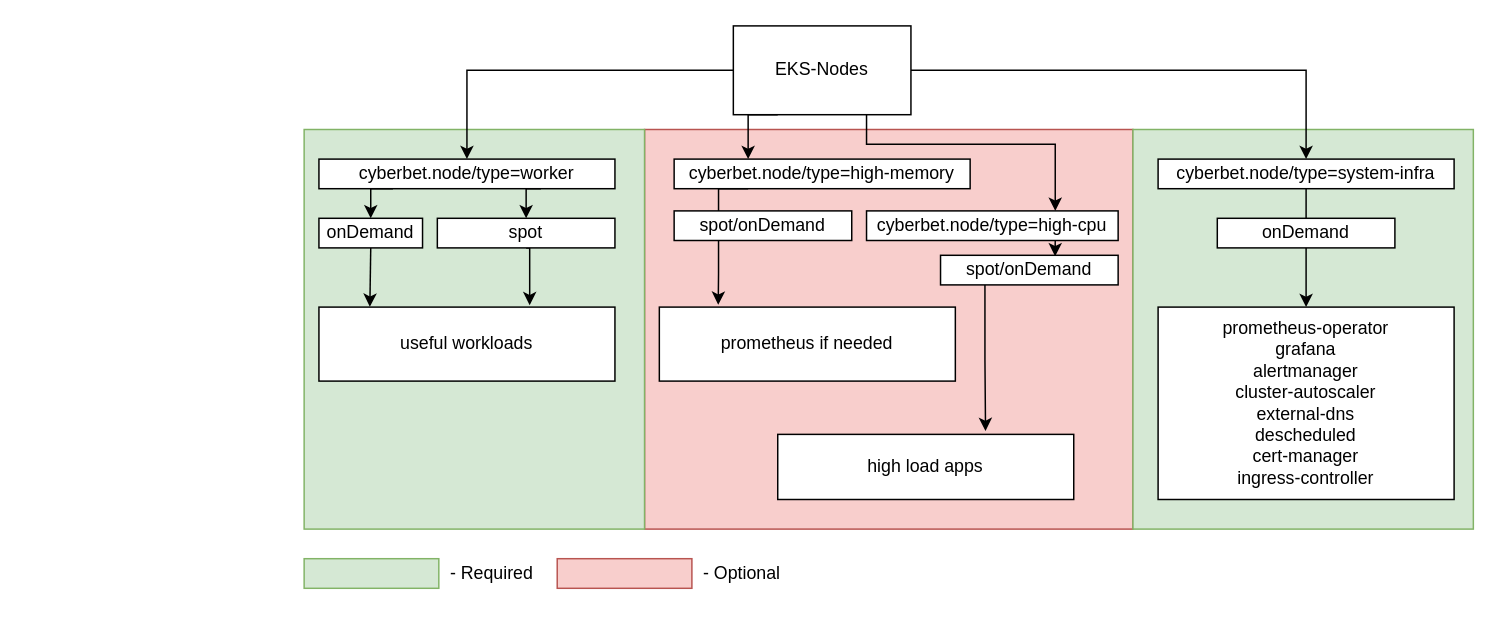
This is EKS-node-labels.drawio from kpbll/draw.io, a draw.io file, before an edit. Source tidied: cells renumbered, new cells numbered last; positions are measured from the earlier drawing's top-left corner, leaving out a move shared by most shapes. Both pictures are drawn from the tidied source at 148%, with x=0, y=0 at pixel (303, 25).
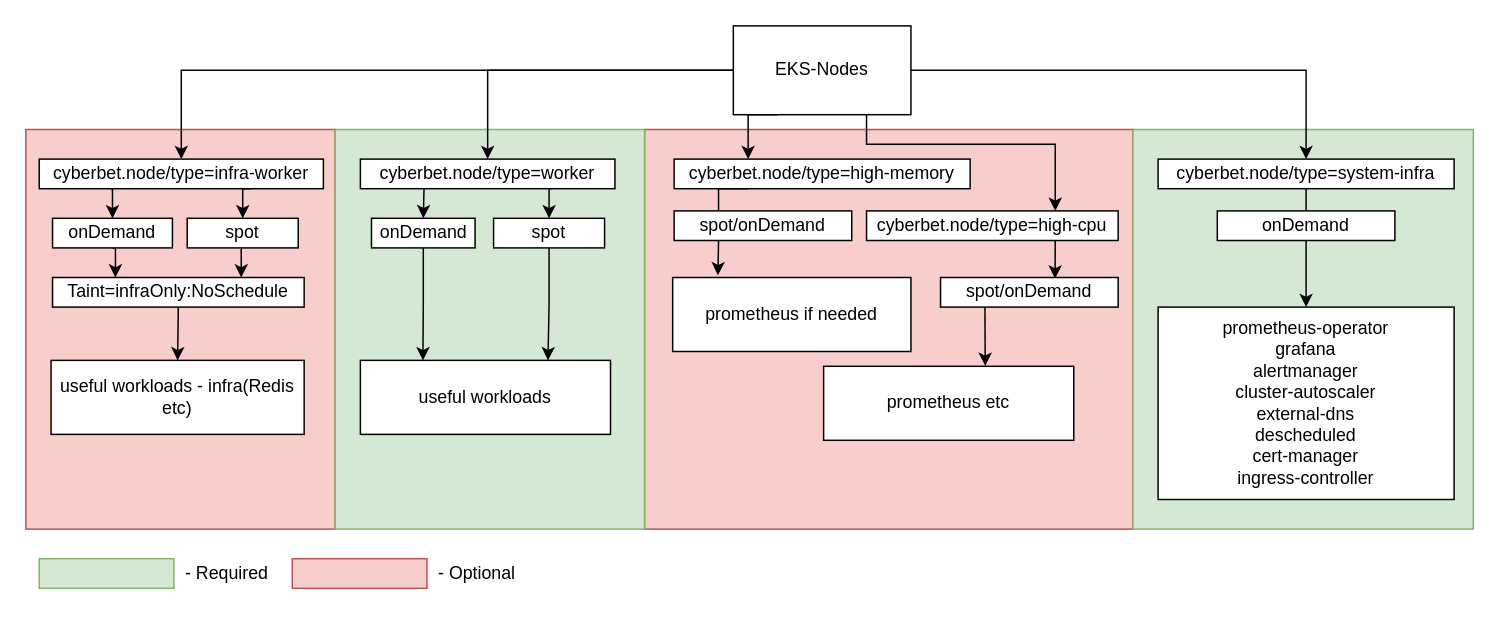
The same page after the edit.

Unchanged cells that the change refers to:
```xml
<mxCell id="9" value="EKS-Nodes" style="rounded=0;whiteSpace=wrap;html=1;" parent="1" vertex="1">
  <mxGeometry x="290" width="120" height="60" as="geometry" />
</mxCell>
<mxCell id="15" value="cyberbet.node/type=system-infra" style="rounded=0;whiteSpace=wrap;html=1;" parent="1" vertex="1">
  <mxGeometry x="577" y="90" width="200" height="20" as="geometry" />
</mxCell>
<mxCell id="16" value="prometheus-operator&lt;br&gt;grafana&lt;br&gt;alertmanager&lt;br&gt;cluster-autoscaler&lt;br&gt;external-dns&lt;br&gt;descheduled&lt;br&gt;cert-manager&lt;br&gt;ingress-controller" style="rounded=0;whiteSpace=wrap;html=1;" parent="1" vertex="1">
  <mxGeometry x="577" y="190" width="200" height="130" as="geometry" />
</mxCell>
<mxCell id="27" value="spot/onDemand" style="rounded=0;whiteSpace=wrap;html=1;" parent="1" vertex="1">
  <mxGeometry x="250" y="125" width="120" height="20" as="geometry" />
</mxCell>
```

The edit, as a diff of the source:
```diff
@@
+    <mxCell id="38" style="rounded=0;whiteSpace=wrap;html=1;fillColor=#f8cecc;strokeColor=#b85450;" parent="1" vertex="1">
+      <mxGeometry x="-188" y="70" width="209" height="270" as="geometry" />
+    </mxCell>
@@
     <mxCell id="3" style="rounded=0;whiteSpace=wrap;html=1;fillColor=#d5e8d4;strokeColor=#82b366;" parent="1" vertex="1">
-      <mxGeometry y="70" width="230" height="270" as="geometry" />
+      <mxGeometry x="21" y="70" width="209" height="270" as="geometry" />
     </mxCell>
@@
-    <mxCell id="8" style="edgeStyle=orthogonalEdgeStyle;rounded=0;jettySize=auto;html=1;exitX=0;exitY=0.5;exitDx=0;exitDy=0;entryX=0.5;entryY=0;entryDx=0;entryDy=0;" parent="1" edge="1" source="9" target="12">
+    <mxCell id="8" style="edgeStyle=orthogonalEdgeStyle;rounded=0;jettySize=auto;html=1;exitX=0;exitY=0.5;exitDx=0;exitDy=0;" parent="1" edge="1" source="9" target="12">
       <mxGeometry relative="1" as="geometry" />
     </mxCell>
+    <mxCell id="39" style="edgeStyle=orthogonalEdgeStyle;rounded=0;jettySize=auto;html=1;exitX=0;exitY=0.5;exitDx=0;exitDy=0;entryX=0.5;entryY=0;entryDx=0;entryDy=0;" parent="1" edge="1" source="9" target="47">
+      <mxGeometry relative="1" as="geometry" />
+    </mxCell>
@@
-    <mxCell id="11" style="edgeStyle=orthogonalEdgeStyle;rounded=0;jettySize=auto;html=1;exitX=0.75;exitY=1;exitDx=0;exitDy=0;entryX=0.5;entryY=0;entryDx=0;entryDy=0;" parent="1" edge="1" source="12" target="25">
-      <mxGeometry relative="1" as="geometry" />
-    </mxCell>
+    <mxCell id="40" style="edgeStyle=orthogonalEdgeStyle;rounded=0;jettySize=auto;html=1;exitX=0.75;exitY=1;exitDx=0;exitDy=0;entryX=0.5;entryY=0;entryDx=0;entryDy=0;" parent="1" edge="1" source="12" target="51">
+      <mxGeometry relative="1" as="geometry" />
+    </mxCell>
-    <mxCell id="12" value="cyberbet.node/type=worker" style="rounded=0;whiteSpace=wrap;html=1;" parent="1" vertex="1">
-      <mxGeometry x="10" y="90" width="200" height="20" as="geometry" />
+    <mxCell id="12" value="cyberbet.node/type=infra-worker" style="rounded=0;whiteSpace=wrap;html=1;" parent="1" vertex="1">
+      <mxGeometry x="-179" y="90" width="192" height="20" as="geometry" />
     </mxCell>
@@
-    <mxCell id="14" style="edgeStyle=orthogonalEdgeStyle;rounded=0;jettySize=auto;html=1;exitX=0.5;exitY=1;exitDx=0;exitDy=0;entryX=0.5;entryY=0;entryDx=0;entryDy=0;" parent="1" edge="1" source="15" target="16">
+    <mxCell id="14" style="edgeStyle=orthogonalEdgeStyle;rounded=0;jettySize=auto;html=1;exitX=0.5;exitY=1;exitDx=0;exitDy=0;entryX=0.5;entryY=0;entryDx=0;entryDy=0;startArrow=none;" parent="1" edge="1" source="31" target="16">
       <mxGeometry relative="1" as="geometry" />
     </mxCell>
@@
     <mxCell id="17" value="prometheus if needed&lt;br&gt;" style="rounded=0;whiteSpace=wrap;html=1;" parent="1" vertex="1">
-      <mxGeometry x="240" y="190" width="200" height="50" as="geometry" />
+      <mxGeometry x="249" y="170" width="161" height="50" as="geometry" />
     </mxCell>
     <mxCell id="18" value="useful workloads" style="rounded=0;whiteSpace=wrap;html=1;" parent="1" vertex="1">
-      <mxGeometry x="10" y="190" width="200" height="50" as="geometry" />
+      <mxGeometry x="38" y="226" width="169" height="50" as="geometry" />
     </mxCell>
-    <mxCell id="19" style="edgeStyle=orthogonalEdgeStyle;rounded=0;jettySize=auto;html=1;exitX=0.5;exitY=1;exitDx=0;exitDy=0;entryX=0.172;entryY=-0.003;entryDx=0;entryDy=0;entryPerimeter=0;" parent="1" edge="1" source="20" target="18">
-      <mxGeometry relative="1" as="geometry" />
-    </mxCell>
+    <mxCell id="41" style="edgeStyle=orthogonalEdgeStyle;rounded=0;jettySize=auto;html=1;exitX=0.5;exitY=1;exitDx=0;exitDy=0;entryX=0.25;entryY=0;entryDx=0;entryDy=0;" parent="1" edge="1" source="20" target="44">
+      <mxGeometry relative="1" as="geometry" />
+    </mxCell>
     <mxCell id="20" value="onDemand" style="rounded=0;whiteSpace=wrap;html=1;" parent="1" vertex="1">
-      <mxGeometry x="10" y="130" width="70" height="20" as="geometry" />
+      <mxGeometry x="-170" y="130" width="81" height="20" as="geometry" />
     </mxCell>
@@
-    <mxCell id="23" value="high load apps" style="rounded=0;whiteSpace=wrap;html=1;" parent="1" vertex="1">
-      <mxGeometry x="320" y="276" width="200" height="44" as="geometry" />
-    </mxCell>
-    <mxCell id="24" style="edgeStyle=orthogonalEdgeStyle;rounded=0;jettySize=auto;html=1;exitX=0.5;exitY=1;exitDx=0;exitDy=0;entryX=0.712;entryY=-0.025;entryDx=0;entryDy=0;entryPerimeter=0;" parent="1" edge="1" source="25" target="18">
+    <mxCell id="24" style="edgeStyle=orthogonalEdgeStyle;rounded=0;jettySize=auto;html=1;exitX=0.5;exitY=1;exitDx=0;exitDy=0;entryX=0.75;entryY=0;entryDx=0;entryDy=0;" parent="1" edge="1" source="25" target="18">
       <mxGeometry relative="1" as="geometry" />
     </mxCell>
     <mxCell id="25" value="spot" style="rounded=0;whiteSpace=wrap;html=1;" parent="1" vertex="1">
-      <mxGeometry x="90" y="130" width="120" height="20" as="geometry" />
+      <mxGeometry x="128" y="130" width="75" height="20" as="geometry" />
     </mxCell>
-    <mxCell id="26" style="edgeStyle=orthogonalEdgeStyle;rounded=0;jettySize=auto;html=1;exitX=0.25;exitY=1;exitDx=0;exitDy=0;entryX=0.199;entryY=-0.031;entryDx=0;entryDy=0;entryPerimeter=0;" parent="1" edge="1" source="27" target="17">
+    <mxCell id="26" style="edgeStyle=orthogonalEdgeStyle;rounded=0;jettySize=auto;html=1;exitX=0.25;exitY=1;exitDx=0;exitDy=0;entryX=0.19;entryY=-0.029;entryDx=0;entryDy=0;entryPerimeter=0;" parent="1" edge="1" source="27" target="17">
       <mxGeometry relative="1" as="geometry" />
     </mxCell>
@@
-    <mxCell id="29" style="edgeStyle=orthogonalEdgeStyle;rounded=0;jettySize=auto;html=1;exitX=0.25;exitY=1;exitDx=0;exitDy=0;entryX=0.702;entryY=-0.052;entryDx=0;entryDy=0;entryPerimeter=0;" parent="1" edge="1" source="30" target="23">
+    <mxCell id="29" style="edgeStyle=orthogonalEdgeStyle;rounded=0;jettySize=auto;html=1;exitX=0.25;exitY=1;exitDx=0;exitDy=0;entryX=0.646;entryY=-0.005;entryDx=0;entryDy=0;entryPerimeter=0;" parent="1" edge="1" source="30" target="52">
       <mxGeometry relative="1" as="geometry" />
     </mxCell>
     <mxCell id="30" value="spot/onDemand" style="rounded=0;whiteSpace=wrap;html=1;" parent="1" vertex="1">
-      <mxGeometry x="430" y="155" width="120" height="20" as="geometry" />
+      <mxGeometry x="430" y="170" width="120" height="20" as="geometry" />
     </mxCell>
-    <mxCell id="31" value="onDemand" style="rounded=0;whiteSpace=wrap;html=1;" parent="1" vertex="1">
-      <mxGeometry x="617" y="130" width="120" height="20" as="geometry" />
-    </mxCell>
+    <mxCell id="42" value="useful workloads - infra(Redis etc)" style="rounded=0;whiteSpace=wrap;html=1;" parent="1" vertex="1">
+      <mxGeometry x="-171" y="226" width="171" height="50" as="geometry" />
+    </mxCell>
+    <mxCell id="43" style="edgeStyle=orthogonalEdgeStyle;rounded=0;jettySize=auto;html=1;exitX=0.5;exitY=1;exitDx=0;exitDy=0;entryX=0.5;entryY=0;entryDx=0;entryDy=0;" parent="1" edge="1" source="44" target="42">
+      <mxGeometry relative="1" as="geometry" />
+    </mxCell>
+    <mxCell id="44" value="Taint=infraOnly:NoSchedule" style="rounded=0;whiteSpace=wrap;html=1;" parent="1" vertex="1">
+      <mxGeometry x="-170" y="170" width="170" height="20" as="geometry" />
+    </mxCell>
+    <mxCell id="45" style="edgeStyle=orthogonalEdgeStyle;rounded=0;jettySize=auto;html=1;exitX=0.25;exitY=1;exitDx=0;exitDy=0;entryX=0.5;entryY=0;entryDx=0;entryDy=0;" parent="1" edge="1" source="47" target="49">
+      <mxGeometry relative="1" as="geometry" />
+    </mxCell>
+    <mxCell id="46" style="edgeStyle=orthogonalEdgeStyle;rounded=0;jettySize=auto;html=1;exitX=0.75;exitY=1;exitDx=0;exitDy=0;entryX=0.5;entryY=0;entryDx=0;entryDy=0;" parent="1" edge="1" source="47" target="25">
+      <mxGeometry relative="1" as="geometry" />
+    </mxCell>
+    <mxCell id="47" value="cyberbet.node/type=worker" style="rounded=0;whiteSpace=wrap;html=1;" parent="1" vertex="1">
+      <mxGeometry x="38" y="90" width="172" height="20" as="geometry" />
+    </mxCell>
+    <mxCell id="48" style="edgeStyle=orthogonalEdgeStyle;rounded=0;jettySize=auto;html=1;exitX=0.5;exitY=1;exitDx=0;exitDy=0;entryX=0.25;entryY=0;entryDx=0;entryDy=0;" parent="1" edge="1" source="49" target="18">
+      <mxGeometry relative="1" as="geometry" />
+    </mxCell>
+    <mxCell id="49" value="onDemand" style="rounded=0;whiteSpace=wrap;html=1;" parent="1" vertex="1">
+      <mxGeometry x="45.5" y="130" width="70" height="20" as="geometry" />
+    </mxCell>
+    <mxCell id="50" style="edgeStyle=orthogonalEdgeStyle;rounded=0;jettySize=auto;html=1;exitX=0.5;exitY=1;exitDx=0;exitDy=0;entryX=0.75;entryY=0;entryDx=0;entryDy=0;" parent="1" edge="1" source="51" target="44">
+      <mxGeometry relative="1" as="geometry" />
+    </mxCell>
+    <mxCell id="51" value="spot" style="rounded=0;whiteSpace=wrap;html=1;" parent="1" vertex="1">
+      <mxGeometry x="-79" y="130" width="75" height="20" as="geometry" />
+    </mxCell>
+    <mxCell id="52" value="prometheus etc" style="rounded=0;whiteSpace=wrap;html=1;" parent="1" vertex="1">
+      <mxGeometry x="351" y="230" width="169" height="50" as="geometry" />
+    </mxCell>
+    <mxCell id="53" style="group;" parent="1" vertex="1">
+      <mxGeometry x="-179" y="355" width="326" height="30" as="geometry" />
+    </mxCell>
-    <mxCell id="32" style="group;" parent="1" vertex="1">
-      <mxGeometry y="355" width="157" height="30" as="geometry" />
+    <mxCell id="32" style="group;" parent="53" vertex="1">
+      <mxGeometry width="157" height="30" as="geometry" />
     </mxCell>
@@
-    <mxCell id="35" style="group;" parent="1" vertex="1">
-      <mxGeometry x="171" y="355" width="155" height="30" as="geometry" />
+    <mxCell id="35" style="group;" parent="53" vertex="1">
+      <mxGeometry x="171" width="155" height="30" as="geometry" />
     </mxCell>
@@
+    <mxCell id="31" value="onDemand" style="rounded=0;whiteSpace=wrap;html=1;" parent="1" vertex="1">
+      <mxGeometry x="617" y="125" width="120" height="20" as="geometry" />
+    </mxCell>
+    <mxCell id="54" style="edgeStyle=orthogonalEdgeStyle;rounded=0;jettySize=auto;html=1;exitX=0.5;exitY=1;exitDx=0;exitDy=0;entryX=0.5;entryY=0;entryDx=0;entryDy=0;endArrow=none;" parent="1" edge="1" source="15" target="31">
+      <mxGeometry relative="1" as="geometry" />
+    </mxCell>
```
